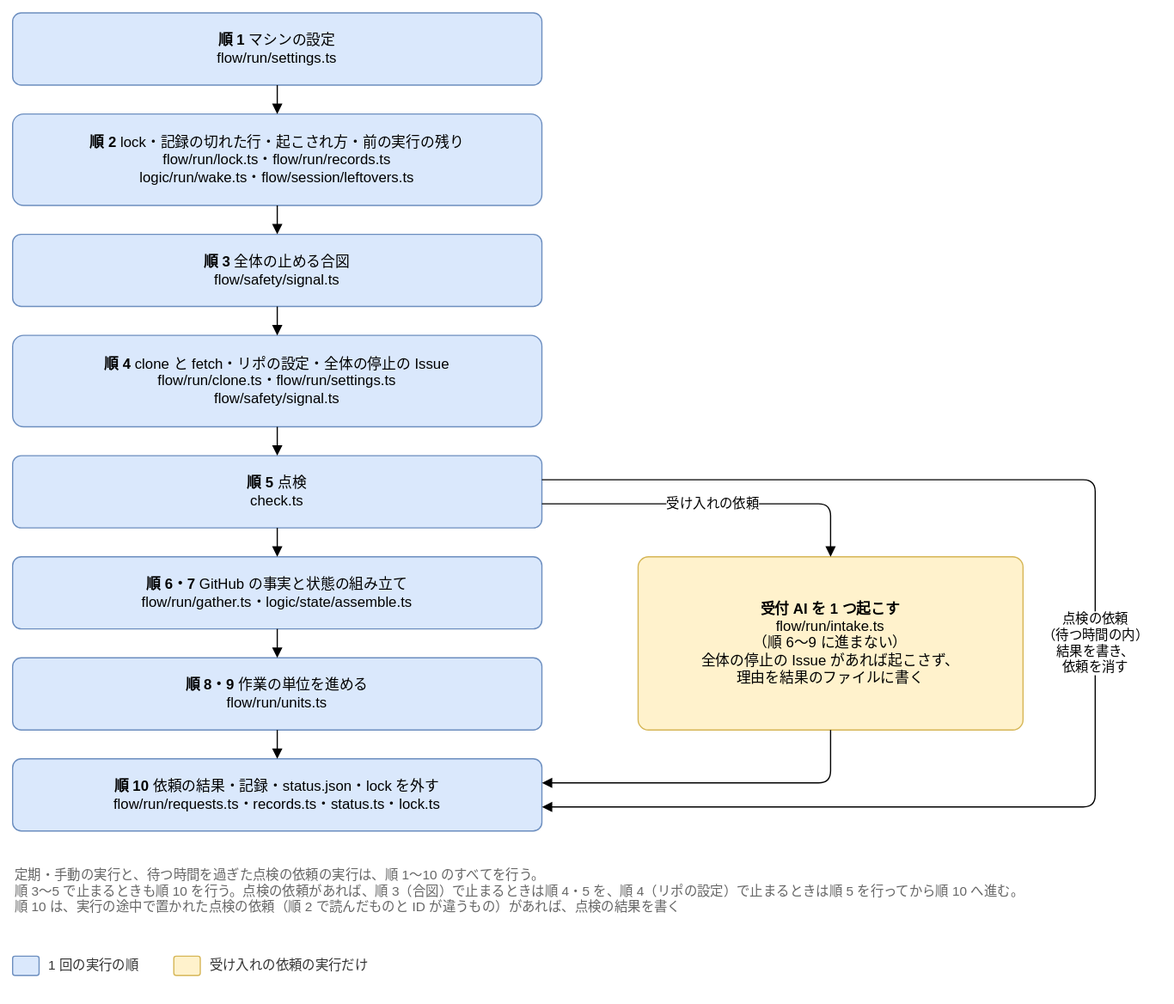
Before: docs/design/detailed/diagrams/08-run.drawio.svg, a diagram exported from draw.io (Joymerrevent/dev-autopilot). Source tidied: cells renumbered, new cells last; positions are measured from the earlier drawing's top-left corner, leaving out a move shared by most shapes.
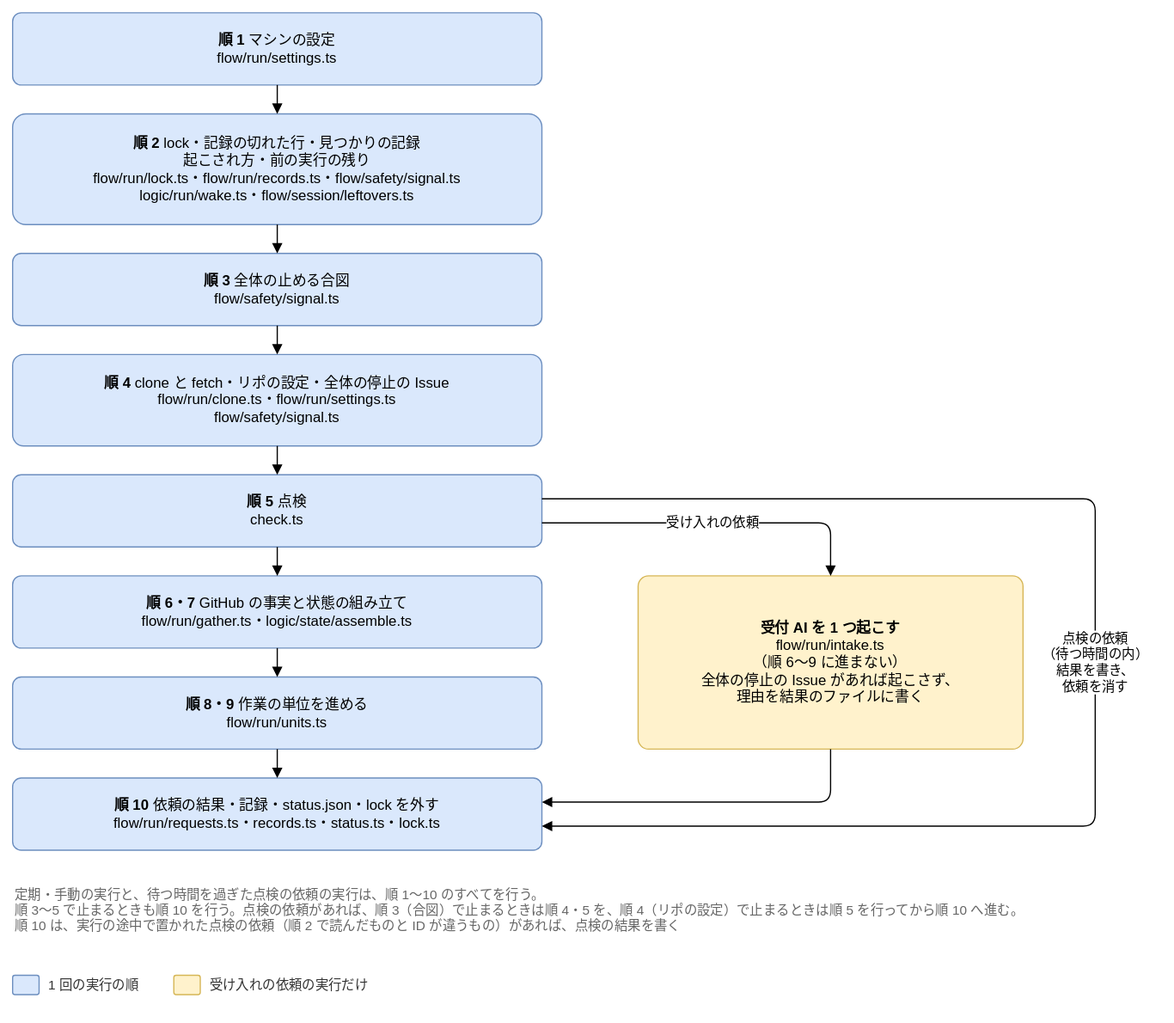
The same diagram one commit later.

Commit message:
docs(design): 08 の 1 回の実行の図の順 2 に、ADR-20261111-001 の見つかりの記録を足す

表の順 2 の受け持つファイルに足した見つかりの記録（flow/safety/signal.ts）を、図 08-run の
箱 r2 に写す。ほかの箱は、全体の停止の Issue の言い方が見つかりの記録を含むので変えない。

Claude-Session: https://claude.ai/code/session_01LvmXQN14Y95msvojZ6hWNP

The edit, as a diff of the source:
```diff
@@ -3,10 +3,10 @@
     <mxCell id="0" />
     <mxCell id="1" parent="0" />
     <mxCell id="2" value="&lt;b&gt;順 1&lt;/b&gt; マシンの設定&lt;br&gt;flow/run/settings.ts" style="rounded=1;whiteSpace=wrap;html=1;fontSize=12;arcSize=12;spacing=12;fillColor=#dae8fc;strokeColor=#6c8ebf;" parent="1" vertex="1">
-      <mxGeometry width="440" height="60" as="geometry" />
+      <mxGeometry y="-16" width="440" height="60" as="geometry" />
     </mxCell>
-    <mxCell id="3" value="&lt;b&gt;順 2&lt;/b&gt; lock・記録の切れた行・起こされ方・前の実行の残り&lt;br&gt;flow/run/lock.ts・flow/run/records.ts&lt;br&gt;logic/run/wake.ts・flow/session/leftovers.ts" style="rounded=1;whiteSpace=wrap;html=1;fontSize=12;arcSize=12;spacing=12;fillColor=#dae8fc;strokeColor=#6c8ebf;" parent="1" vertex="1">
-      <mxGeometry y="84" width="440" height="76" as="geometry" />
+    <mxCell id="3" value="&lt;b&gt;順 2&lt;/b&gt; lock・記録の切れた行・見つかりの記録&lt;br&gt;起こされ方・前の実行の残り&lt;br&gt;flow/run/lock.ts・flow/run/records.ts・flow/safety/signal.ts&lt;br&gt;logic/run/wake.ts・flow/session/leftovers.ts" style="rounded=1;whiteSpace=wrap;html=1;fontSize=12;arcSize=12;spacing=12;fillColor=#dae8fc;strokeColor=#6c8ebf;" parent="1" vertex="1">
+      <mxGeometry y="68" width="440" height="92" as="geometry" />
     </mxCell>
     <mxCell id="4" style="edgeStyle=orthogonalEdgeStyle;rounded=1;html=1;endArrow=block;endFill=1;fontSize=11;labelBackgroundColor=#ffffff;exitX=0.5;exitY=1;exitDx=0;exitDy=0;entryX=0.5;entryY=0;entryDx=0;entryDy=0;" parent="1" edge="1" source="2" target="3">
       <mxGeometry relative="1" as="geometry" />
```
